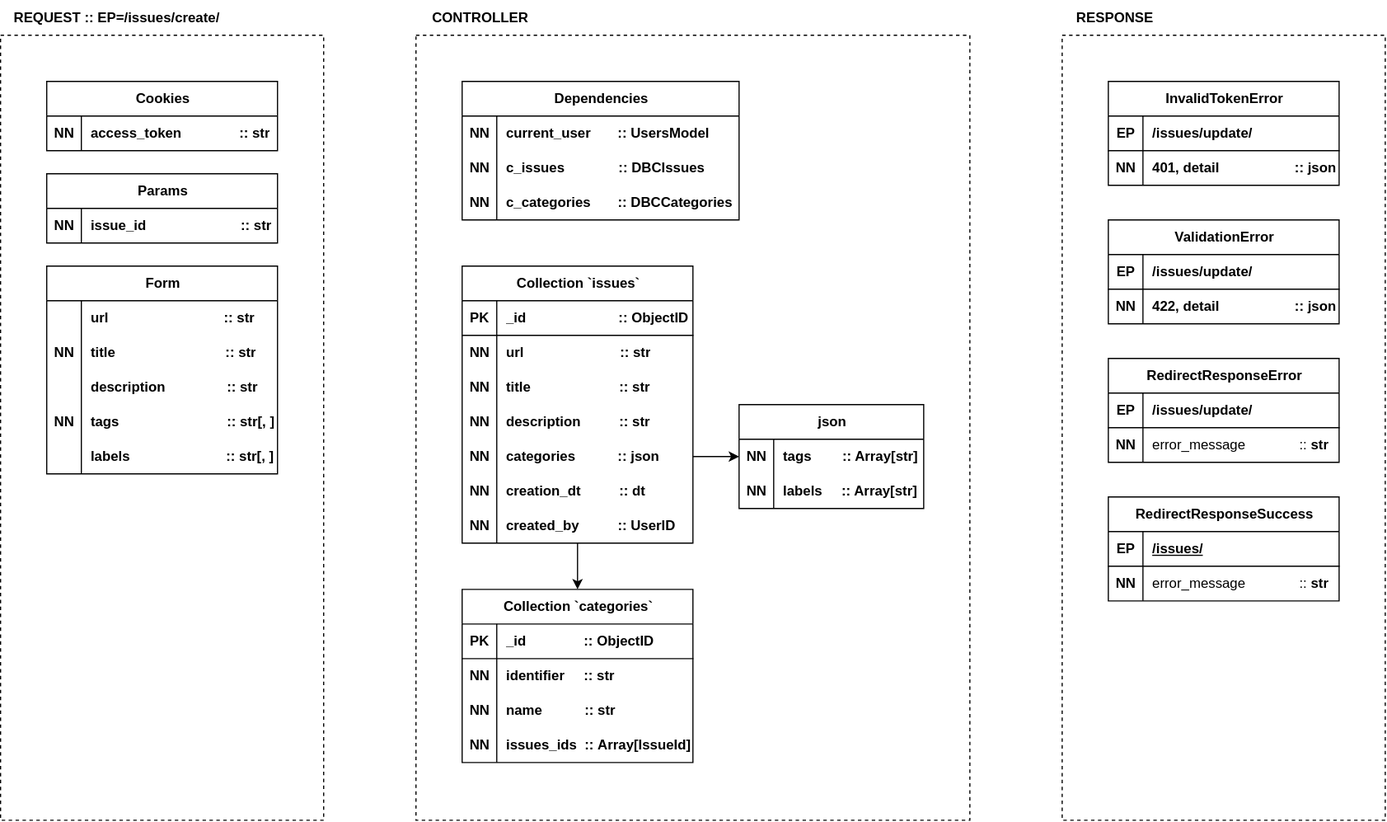
Earlier version of the draw.io export contributors/issues/update/post/Diagram-Update.drawio.svg (ames0k0/Ticket). Source tidied: cells renumbered, new cells last; positions are measured from the earlier drawing's top-left corner, leaving out a move shared by most shapes.
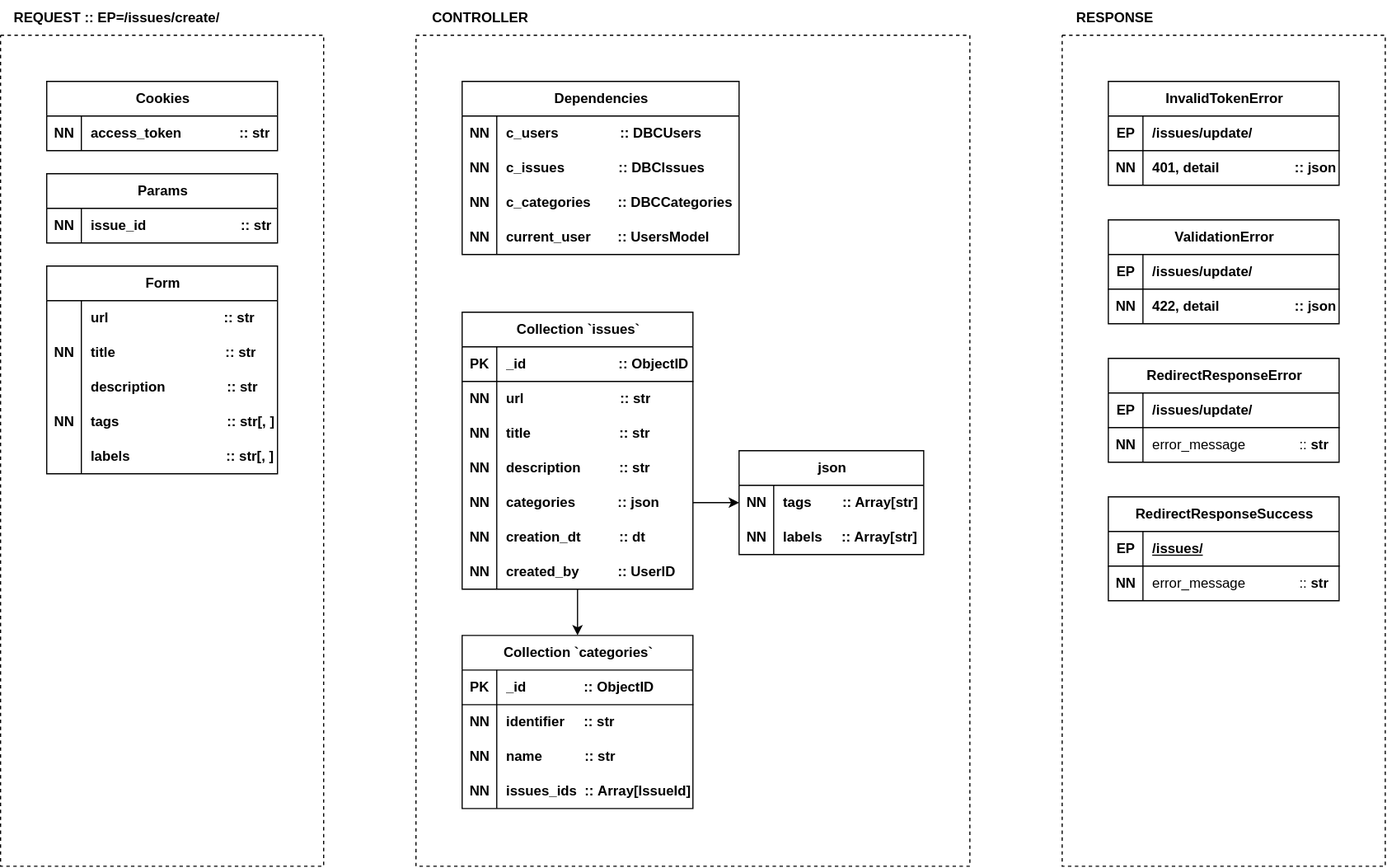
Above is the later version.

Commit message:
[ticket] Contributors: Issues::Update::POST

The edit, as a diff of the source:
```diff
@@ -54,7 +54,7 @@
       <mxGeometry relative="1" as="geometry" />
     </mxCell>
     <mxCell id="19" value="Collection `issues`" style="shape=table;startSize=30;rowLines=0;fontStyle=1;align=center;html=1;" parent="1" vertex="1">
-      <mxGeometry x="400" y="230" width="200" height="240" as="geometry" />
+      <mxGeometry x="400" y="270" width="200" height="240" as="geometry" />
     </mxCell>
     <mxCell id="20" style="shape=tableRow;horizontal=0;startSize=0;swimlaneHead=0;swimlaneBody=0;fillColor=none;top=0;left=0;right=0;bottom=1;" parent="19" vertex="1">
       <mxGeometry y="30" width="200" height="30" as="geometry" />
@@ -120,7 +120,7 @@
       <mxGeometry x="30" width="170" height="30" as="geometry" />
     </mxCell>
     <mxCell id="41" value="json" style="shape=table;startSize=30;rowLines=0;fontStyle=1;align=center;html=1;" parent="1" vertex="1">
-      <mxGeometry x="640" y="350" width="160" height="90" as="geometry" />
+      <mxGeometry x="640" y="390" width="160" height="90" as="geometry" />
     </mxCell>
     <mxCell id="42" style="shape=tableRow;horizontal=0;startSize=0;swimlaneHead=0;swimlaneBody=0;fillColor=none;top=0;left=0;right=0;bottom=0;" parent="41" vertex="1">
       <mxGeometry y="30" width="160" height="30" as="geometry" />
@@ -144,7 +144,7 @@
       <mxGeometry relative="1" as="geometry" />
     </mxCell>
     <mxCell id="49" value="Collection `categories`" style="shape=table;startSize=30;rowLines=0;fontStyle=1;align=center;html=1;" parent="1" vertex="1">
-      <mxGeometry x="400" y="510" width="200" height="150" as="geometry" />
+      <mxGeometry x="400" y="550" width="200" height="150" as="geometry" />
     </mxCell>
     <mxCell id="50" style="shape=tableRow;horizontal=0;startSize=0;swimlaneHead=0;swimlaneBody=0;fillColor=none;top=0;left=0;right=0;bottom=1;" parent="49" vertex="1">
       <mxGeometry y="30" width="200" height="30" as="geometry" />
@@ -230,8 +230,8 @@
         <mxPoint y="30" as="targetPoint" />
         <Array as="points">
           <mxPoint x="280" y="30" />
-          <mxPoint x="280" y="710" />
-          <mxPoint y="710" />
+          <mxPoint x="280" y="750" />
+          <mxPoint y="750" />
         </Array>
       </mxGeometry>
     </mxCell>
@@ -241,8 +241,8 @@
         <mxPoint x="360" y="30" as="targetPoint" />
         <Array as="points">
           <mxPoint x="840" y="30" />
-          <mxPoint x="840" y="710" />
-          <mxPoint x="360" y="710" />
+          <mxPoint x="840" y="750" />
+          <mxPoint x="360" y="750" />
         </Array>
       </mxGeometry>
     </mxCell>
@@ -255,8 +255,8 @@
         <mxPoint x="920" y="30" as="targetPoint" />
         <Array as="points">
           <mxPoint x="1200" y="30" />
-          <mxPoint x="1200" y="710" />
-          <mxPoint x="920" y="710" />
+          <mxPoint x="1200" y="750" />
+          <mxPoint x="920" y="750" />
         </Array>
       </mxGeometry>
     </mxCell>
@@ -333,7 +333,7 @@
       <mxGeometry x="30" width="170" height="30" as="geometry" />
     </mxCell>
     <mxCell id="104" value="Dependencies" style="shape=table;startSize=30;rowLines=0;fontStyle=1;align=center;html=1;" parent="1" vertex="1">
-      <mxGeometry x="400" y="70" width="240" height="120" as="geometry" />
+      <mxGeometry x="400" y="70" width="240" height="150" as="geometry" />
     </mxCell>
     <mxCell id="105" style="shape=tableRow;horizontal=0;startSize=0;swimlaneHead=0;swimlaneBody=0;fillColor=none;top=0;left=0;right=0;bottom=0;" parent="104" vertex="1">
       <mxGeometry y="30" width="240" height="30" as="geometry" />
@@ -341,25 +341,34 @@
     <mxCell id="106" value="&lt;b&gt;NN&lt;/b&gt;" style="shape=partialRectangle;fillColor=none;top=0;left=0;bottom=0;right=0;overflow=hidden;whiteSpace=wrap;html=1;" parent="105" vertex="1">
       <mxGeometry width="30" height="30" as="geometry" />
     </mxCell>
-    <mxCell id="107" value="current_user&amp;nbsp; &amp;nbsp; &amp;nbsp; &amp;nbsp;:: UsersModel" style="shape=partialRectangle;fillColor=none;top=0;left=0;bottom=0;right=0;align=left;spacingLeft=6;overflow=hidden;whiteSpace=wrap;html=1;fontStyle=1;" parent="105" vertex="1">
+    <mxCell id="107" value="c_users&amp;nbsp; &amp;nbsp; &amp;nbsp; &amp;nbsp; &amp;nbsp; &amp;nbsp; &amp;nbsp; &amp;nbsp; :: DBCUsers" style="shape=partialRectangle;fillColor=none;top=0;left=0;bottom=0;right=0;align=left;spacingLeft=6;overflow=hidden;whiteSpace=wrap;html=1;fontStyle=1;" parent="105" vertex="1">
       <mxGeometry x="30" width="210" height="30" as="geometry" />
     </mxCell>
+    <mxCell id="114" style="shape=tableRow;horizontal=0;startSize=0;swimlaneHead=0;swimlaneBody=0;fillColor=none;top=0;left=0;right=0;bottom=0;" parent="104" vertex="1">
+      <mxGeometry y="60" width="240" height="30" as="geometry" />
+    </mxCell>
+    <mxCell id="115" value="&lt;b&gt;NN&lt;/b&gt;" style="shape=partialRectangle;fillColor=none;top=0;left=0;bottom=0;right=0;overflow=hidden;whiteSpace=wrap;html=1;" parent="114" vertex="1">
+      <mxGeometry width="30" height="30" as="geometry" />
+    </mxCell>
+    <mxCell id="116" value="c_issues&amp;nbsp; &amp;nbsp; &amp;nbsp; &amp;nbsp; &amp;nbsp; &amp;nbsp; &amp;nbsp; :: DBCIssues" style="shape=partialRectangle;fillColor=none;top=0;left=0;bottom=0;right=0;align=left;spacingLeft=6;overflow=hidden;whiteSpace=wrap;html=1;fontStyle=1;" parent="114" vertex="1">
+      <mxGeometry x="30" width="210" height="30" as="geometry" />
+    </mxCell>
     <mxCell id="108" style="shape=tableRow;horizontal=0;startSize=0;swimlaneHead=0;swimlaneBody=0;fillColor=none;top=0;left=0;right=0;bottom=0;" parent="104" vertex="1">
-      <mxGeometry y="60" width="240" height="30" as="geometry" />
+      <mxGeometry y="90" width="240" height="30" as="geometry" />
     </mxCell>
     <mxCell id="109" value="&lt;b&gt;NN&lt;/b&gt;" style="shape=partialRectangle;fillColor=none;top=0;left=0;bottom=0;right=0;overflow=hidden;whiteSpace=wrap;html=1;" parent="108" vertex="1">
       <mxGeometry width="30" height="30" as="geometry" />
     </mxCell>
-    <mxCell id="110" value="c_issues&amp;nbsp; &amp;nbsp; &amp;nbsp; &amp;nbsp; &amp;nbsp; &amp;nbsp; &amp;nbsp; :: DBCIssues" style="shape=partialRectangle;fillColor=none;top=0;left=0;bottom=0;right=0;align=left;spacingLeft=6;overflow=hidden;whiteSpace=wrap;html=1;fontStyle=1;" parent="108" vertex="1">
+    <mxCell id="110" value="c_categories&amp;nbsp; &amp;nbsp; &amp;nbsp; &amp;nbsp;:: DBCCategories" style="shape=partialRectangle;fillColor=none;top=0;left=0;bottom=0;right=0;align=left;spacingLeft=6;overflow=hidden;whiteSpace=wrap;html=1;fontStyle=1;" parent="108" vertex="1">
       <mxGeometry x="30" width="210" height="30" as="geometry" />
     </mxCell>
     <mxCell id="111" style="shape=tableRow;horizontal=0;startSize=0;swimlaneHead=0;swimlaneBody=0;fillColor=none;top=0;left=0;right=0;bottom=0;" parent="104" vertex="1">
-      <mxGeometry y="90" width="240" height="30" as="geometry" />
+      <mxGeometry y="120" width="240" height="30" as="geometry" />
     </mxCell>
     <mxCell id="112" value="NN" style="shape=partialRectangle;fillColor=none;top=0;left=0;bottom=0;right=0;overflow=hidden;whiteSpace=wrap;html=1;fontStyle=1;" parent="111" vertex="1">
       <mxGeometry width="30" height="30" as="geometry" />
     </mxCell>
-    <mxCell id="113" value="c_categories&amp;nbsp; &amp;nbsp; &amp;nbsp; &amp;nbsp;:: DBCCategories" style="shape=partialRectangle;fillColor=none;top=0;left=0;bottom=0;right=0;align=left;spacingLeft=6;overflow=hidden;whiteSpace=wrap;html=1;fontStyle=1;" parent="111" vertex="1">
+    <mxCell id="113" value="current_user&amp;nbsp; &amp;nbsp; &amp;nbsp; &amp;nbsp;:: UsersModel" style="shape=partialRectangle;fillColor=none;top=0;left=0;bottom=0;right=0;align=left;spacingLeft=6;overflow=hidden;whiteSpace=wrap;html=1;fontStyle=1;" parent="111" vertex="1">
       <mxGeometry x="30" width="210" height="30" as="geometry" />
     </mxCell>
   </root>
```
